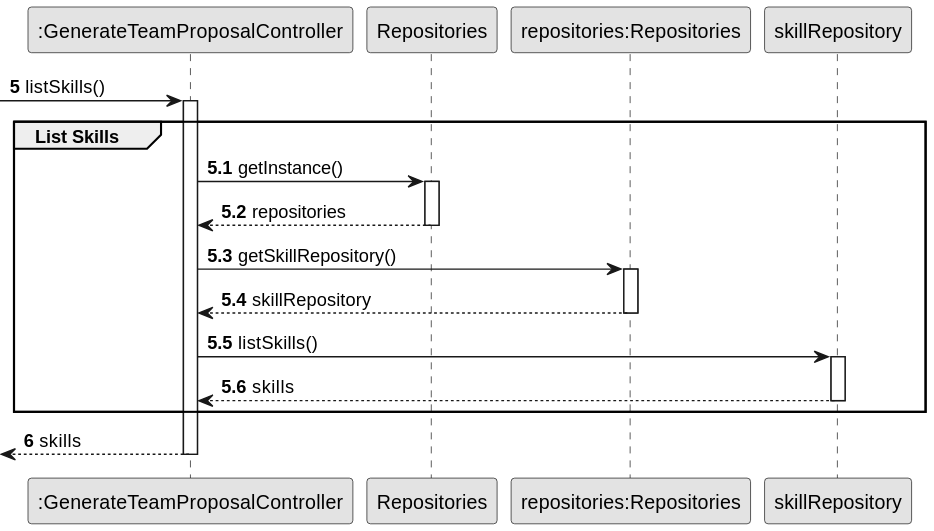
Earlier version of the PlantUML export docs/sprintB/us005/03.design/svg/us005-sequence-diagram-partial-list-skills.svg (diogoveirospro/lei-24-s2-1dg-g072).
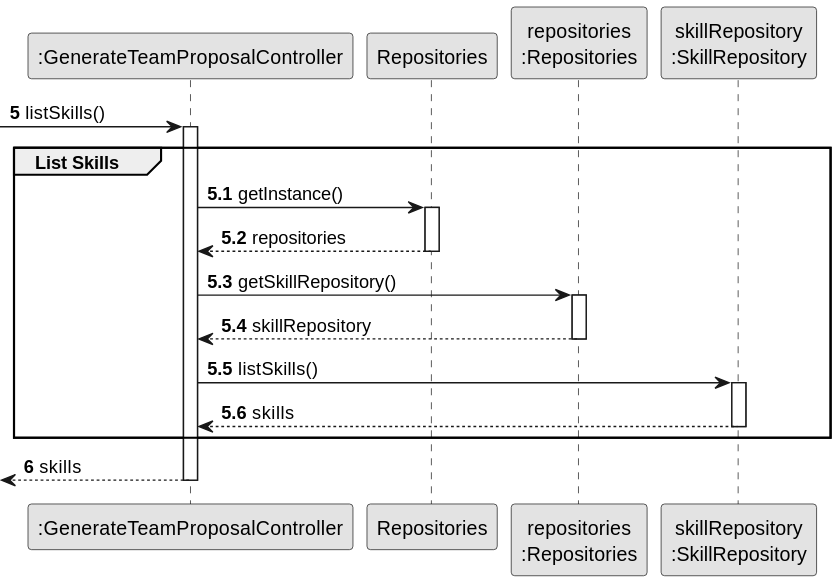
Later version of the same file.

Diff of the diagram source:
```diff
@@ -5,8 +5,8 @@
 
 participant ":GenerateTeamProposalController" as CTRL
 participant Repositories
-participant "repositories:Repositories" as REP
-participant "skillRepository" as SKILLREP
+participant "repositories\n:Repositories" as REP
+participant "skillRepository\n:SkillRepository" as SKILLREP
 
 autonumber 5
 -> CTRL: listSkills()
```
